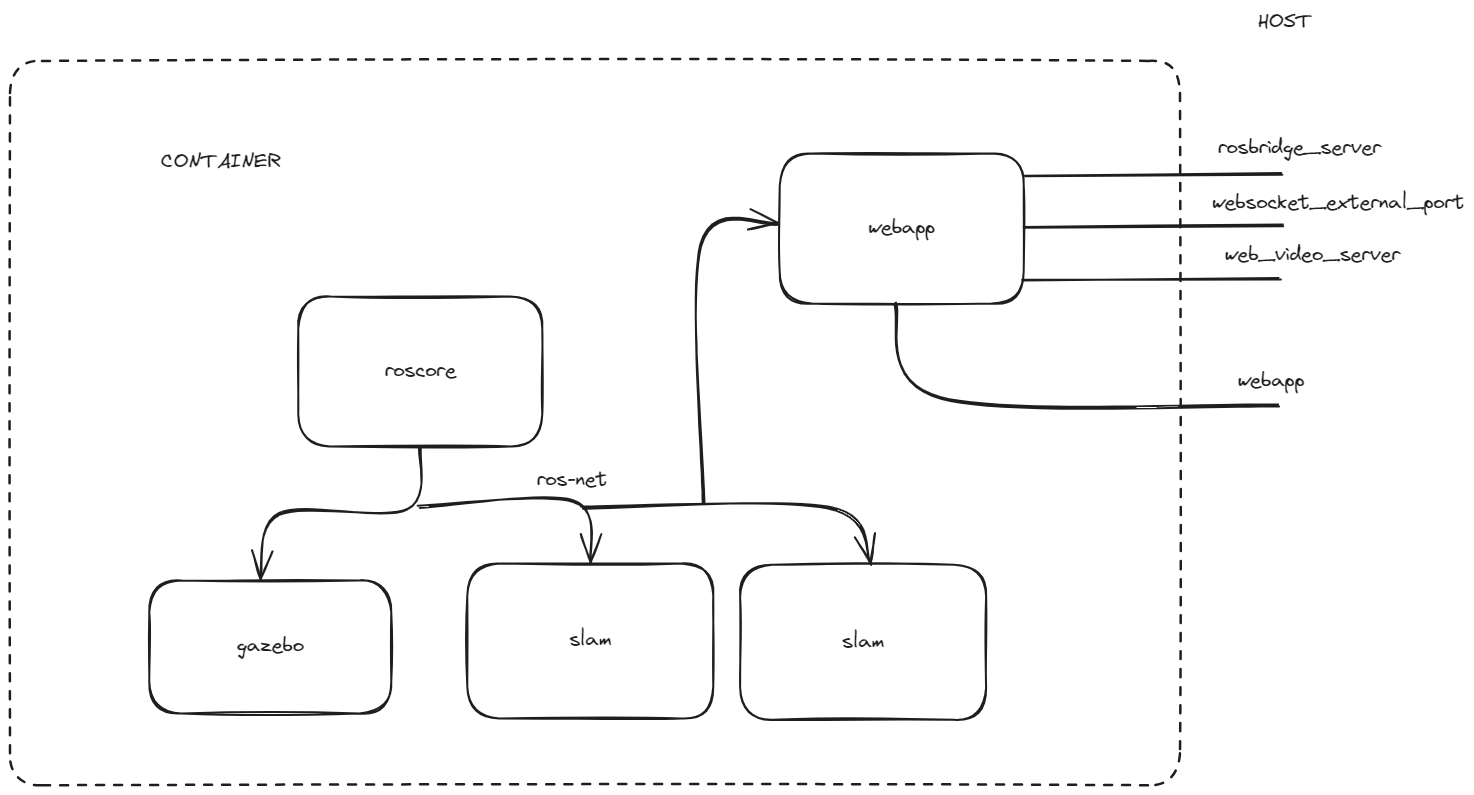
This is ros1-sim.excalidraw.png from Andy-Leo10/tortoisebot_ros1_docker, a Excalidraw export, as it was before one commit. Source tidied: one line per element, renumbered; positions are measured from the earlier drawing's top-left corner, leaving out a move shared by most shapes. Its diagram source:
```json
{"id": 0, "type": "rectangle", "strokeColor": "#1e1e1e", "strokeWidth": 2, "roughness": 1, "round": true, "x": 457, "y": 553, "width": 246, "height": 155}
{"id": 1, "type": "text", "text": "slam", "strokeColor": "#1e1e1e", "strokeWidth": 2, "roughness": 1, "fontSize": 20, "fontFamily": 1, "textAlign": "center", "verticalAlign": "middle", "inside": 0, "x": 560, "y": 618, "width": 41, "height": 25}
{"id": 2, "type": "rectangle", "strokeColor": "#1e1e1e", "strokeWidth": 2, "roughness": 1, "round": true, "x": 730, "y": 555, "width": 246, "height": 155}
{"id": 3, "type": "text", "text": "slam", "strokeColor": "#1e1e1e", "strokeWidth": 2, "roughness": 1, "fontSize": 20, "fontFamily": 1, "textAlign": "center", "verticalAlign": "middle", "inside": 2, "x": 833, "y": 620, "width": 41, "height": 25}
{"id": 4, "type": "rectangle", "strokeColor": "#1e1e1e", "strokeWidth": 2, "roughness": 1, "round": true, "x": 288, "y": 286, "width": 244, "height": 150}
{"id": 5, "type": "text", "text": "roscore", "strokeColor": "#1e1e1e", "strokeWidth": 2, "roughness": 1, "fontSize": 20, "fontFamily": 1, "textAlign": "center", "verticalAlign": "middle", "inside": 4, "x": 378, "y": 349, "width": 65, "height": 25}
{"id": 6, "type": "rectangle", "strokeColor": "#1e1e1e", "strokeWidth": 2, "roughness": 1, "round": true, "x": 770, "y": 144, "width": 244, "height": 150}
{"id": 7, "type": "text", "text": "webapp", "strokeColor": "#1e1e1e", "strokeWidth": 2, "roughness": 1, "fontSize": 20, "fontFamily": 1, "textAlign": "center", "verticalAlign": "middle", "inside": 6, "x": 859, "y": 206, "width": 66, "height": 25}
{"id": 8, "type": "rectangle", "strokeColor": "#1e1e1e", "strokeWidth": 2, "roughness": 1, "round": true, "x": 139, "y": 570, "width": 242, "height": 133}
{"id": 9, "type": "text", "text": "gazebo", "strokeColor": "#1e1e1e", "strokeWidth": 2, "roughness": 1, "fontSize": 20, "fontFamily": 1, "textAlign": "center", "verticalAlign": "middle", "inside": 8, "x": 228, "y": 624, "width": 65, "height": 25}
{"id": 10, "type": "arrow", "strokeColor": "#1e1e1e", "strokeWidth": 2, "roughness": 1, "endArrowhead": "arrow", "round": true, "from": 4, "to": 8, "x": 410, "y": 436, "width": 161, "height": 131, "points": [[0, 0], [-12, 63], [-142, 68], [-161, 131]]}
{"id": 11, "type": "arrow", "strokeColor": "#1e1e1e", "strokeWidth": 2, "roughness": 1, "endArrowhead": "arrow", "round": true, "to": 0, "x": 408, "y": 496, "width": 172, "height": 59, "points": [[0, 0], [154, -5], [172, 54]]}
{"id": 12, "type": "text", "text": "ros-net", "strokeColor": "#1e1e1e", "strokeWidth": 2, "roughness": 1, "fontSize": 20, "fontFamily": 1, "x": 527, "y": 458, "width": 70, "height": 25}
{"id": 13, "type": "rectangle", "strokeColor": "#1e1e1e", "strokeWidth": 2, "strokeStyle": "dashed", "roughness": 1, "round": true, "x": 0, "y": 51, "width": 1170, "height": 724}
{"id": 14, "type": "text", "text": "HOST", "strokeColor": "#1e1e1e", "strokeWidth": 2, "roughness": 1, "fontSize": 20, "fontFamily": 1, "x": 1248, "y": 0, "width": 54, "height": 25}
{"id": 15, "type": "text", "text": "CONTAINER", "strokeColor": "#1e1e1e", "strokeWidth": 2, "roughness": 1, "fontSize": 20, "fontFamily": 1, "x": 151, "y": 140, "width": 120, "height": 25}
{"id": 16, "type": "arrow", "strokeColor": "#1e1e1e", "strokeWidth": 2, "roughness": 1, "endArrowhead": "arrow", "round": true, "from": 12, "to": 2, "x": 572, "y": 497, "width": 289, "height": 57, "points": [[0, 0], [246, 0], [289, 57]]}
{"id": 17, "type": "arrow", "strokeColor": "#1e1e1e", "strokeWidth": 2, "roughness": 1, "endArrowhead": "arrow", "round": true, "to": 6, "x": 694, "y": 491, "width": 77, "height": 277, "points": [[0, 0], [-3, -256], [74, -277]]}
{"id": 18, "type": "line", "strokeColor": "#1e1e1e", "strokeWidth": 2, "roughness": 1, "round": true, "x": 1015, "y": 166, "width": 257, "height": 1, "points": [[0, 0], [257, -1]]}
{"id": 19, "type": "line", "strokeColor": "#1e1e1e", "strokeWidth": 2, "roughness": 1, "round": true, "x": 1015, "y": 217, "width": 257, "height": 1, "points": [[0, 0], [257, -1]]}
{"id": 20, "type": "line", "strokeColor": "#1e1e1e", "strokeWidth": 2, "roughness": 1, "round": true, "x": 1012, "y": 270, "width": 257, "height": 1, "points": [[0, 0], [257, -1]]}
{"id": 21, "type": "line", "strokeColor": "#1e1e1e", "strokeWidth": 2, "roughness": 1, "round": true, "x": 885, "y": 294, "width": 384, "height": 101, "points": [[0, 0], [47, 94], [384, 101]]}
{"id": 22, "type": "text", "text": "webapp", "strokeColor": "#1e1e1e", "strokeWidth": 2, "roughness": 1, "fontSize": 20, "fontFamily": 1, "x": 1228, "y": 359, "width": 66, "height": 25}
{"id": 23, "type": "text", "text": "rosbridge_server", "strokeColor": "#1e1e1e", "strokeWidth": 2, "roughness": 1, "fontSize": 20, "fontFamily": 1, "x": 1208, "y": 126, "width": 163, "height": 25}
{"id": 24, "type": "text", "text": "websocket_external_port", "strokeColor": "#1e1e1e", "strokeWidth": 2, "roughness": 1, "fontSize": 20, "fontFamily": 1, "x": 1202, "y": 181, "width": 252, "height": 25}
{"id": 25, "type": "text", "text": "web_video_server", "strokeColor": "#1e1e1e", "strokeWidth": 2, "roughness": 1, "fontSize": 20, "fontFamily": 1, "x": 1215, "y": 233, "width": 175, "height": 25}
```
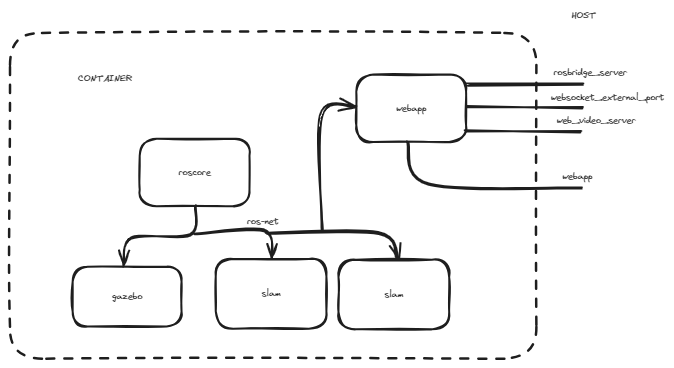
After the commit.

Diff of the diagram source:
```diff
@@ -1,26 +1,26 @@
-{"id": 0, "type": "rectangle", "strokeColor": "#1e1e1e", "strokeWidth": 2, "roughness": 1, "round": true, "x": 457, "y": 553, "width": 246, "height": 155}
-{"id": 1, "type": "text", "text": "slam", "strokeColor": "#1e1e1e", "strokeWidth": 2, "roughness": 1, "fontSize": 20, "fontFamily": 1, "textAlign": "center", "verticalAlign": "middle", "inside": 0, "x": 560, "y": 618, "width": 41, "height": 25}
-{"id": 2, "type": "rectangle", "strokeColor": "#1e1e1e", "strokeWidth": 2, "roughness": 1, "round": true, "x": 730, "y": 555, "width": 246, "height": 155}
-{"id": 3, "type": "text", "text": "slam", "strokeColor": "#1e1e1e", "strokeWidth": 2, "roughness": 1, "fontSize": 20, "fontFamily": 1, "textAlign": "center", "verticalAlign": "middle", "inside": 2, "x": 833, "y": 620, "width": 41, "height": 25}
-{"id": 4, "type": "rectangle", "strokeColor": "#1e1e1e", "strokeWidth": 2, "roughness": 1, "round": true, "x": 288, "y": 286, "width": 244, "height": 150}
+{"id": 26, "type": "rectangle", "strokeColor": "#1e1e1e", "strokeWidth": 2, "roughness": 1, "round": true, "x": 597, "y": 185, "width": 111, "height": 70}
+{"id": 27, "type": "text", "text": "slam", "strokeColor": "#1e1e1e", "strokeWidth": 2, "roughness": 1, "fontSize": 9.0, "fontFamily": 1, "textAlign": "center", "verticalAlign": "middle", "inside": 26, "x": 642, "y": 214, "width": 19, "height": 11}
+{"id": 28, "type": "rectangle", "strokeColor": "#1e1e1e", "strokeWidth": 2, "roughness": 1, "round": true, "x": 719, "y": 185, "width": 111, "height": 70}
+{"id": 29, "type": "text", "text": "slam", "strokeColor": "#1e1e1e", "strokeWidth": 2, "roughness": 1, "fontSize": 9.0, "fontFamily": 1, "textAlign": "center", "verticalAlign": "middle", "inside": 28, "x": 765, "y": 215, "width": 19, "height": 11}
+{"id": 30, "type": "rectangle", "strokeColor": "#1e1e1e", "strokeWidth": 2, "roughness": 1, "round": true, "x": 520, "y": 65, "width": 110, "height": 67}
-{"id": 5, "type": "text", "text": "roscore", "strokeColor": "#1e1e1e", "strokeWidth": 2, "roughness": 1, "fontSize": 20, "fontFamily": 1, "textAlign": "center", "verticalAlign": "middle", "inside": 4, "x": 378, "y": 349, "width": 65, "height": 25}
+{"id": 5, "type": "text", "text": "roscore", "strokeColor": "#1e1e1e", "strokeWidth": 2, "roughness": 1, "fontSize": 9.0, "fontFamily": 1, "textAlign": "center", "verticalAlign": "middle", "inside": 30, "x": 559, "y": 93, "width": 32, "height": 11}
-{"id": 6, "type": "rectangle", "strokeColor": "#1e1e1e", "strokeWidth": 2, "roughness": 1, "round": true, "x": 770, "y": 144, "width": 244, "height": 150}
-{"id": 7, "type": "text", "text": "webapp", "strokeColor": "#1e1e1e", "strokeWidth": 2, "roughness": 1, "fontSize": 20, "fontFamily": 1, "textAlign": "center", "verticalAlign": "middle", "inside": 6, "x": 859, "y": 206, "width": 66, "height": 25}
-{"id": 8, "type": "rectangle", "strokeColor": "#1e1e1e", "strokeWidth": 2, "roughness": 1, "round": true, "x": 139, "y": 570, "width": 242, "height": 133}
+{"id": 31, "type": "rectangle", "strokeColor": "#1e1e1e", "strokeWidth": 2, "roughness": 1, "round": true, "x": 737, "y": 0, "width": 110, "height": 67}
+{"id": 32, "type": "text", "text": "webapp", "strokeColor": "#1e1e1e", "strokeWidth": 2, "roughness": 1, "fontSize": 9.0, "fontFamily": 1, "textAlign": "center", "verticalAlign": "middle", "inside": 31, "x": 777, "y": 28, "width": 30, "height": 11}
+{"id": 33, "type": "rectangle", "strokeColor": "#1e1e1e", "strokeWidth": 2, "roughness": 1, "round": true, "x": 453, "y": 192, "width": 109, "height": 60}
-{"id": 9, "type": "text", "text": "gazebo", "strokeColor": "#1e1e1e", "strokeWidth": 2, "roughness": 1, "fontSize": 20, "fontFamily": 1, "textAlign": "center", "verticalAlign": "middle", "inside": 8, "x": 228, "y": 624, "width": 65, "height": 25}
+{"id": 9, "type": "text", "text": "gazebo", "strokeColor": "#1e1e1e", "strokeWidth": 2, "roughness": 1, "fontSize": 9.0, "fontFamily": 1, "textAlign": "center", "verticalAlign": "middle", "inside": 33, "x": 493, "y": 217, "width": 30, "height": 11}
-{"id": 10, "type": "arrow", "strokeColor": "#1e1e1e", "strokeWidth": 2, "roughness": 1, "endArrowhead": "arrow", "round": true, "from": 4, "to": 8, "x": 410, "y": 436, "width": 161, "height": 131, "points": [[0, 0], [-12, 63], [-142, 68], [-161, 131]]}
-{"id": 11, "type": "arrow", "strokeColor": "#1e1e1e", "strokeWidth": 2, "roughness": 1, "endArrowhead": "arrow", "round": true, "to": 0, "x": 408, "y": 496, "width": 172, "height": 59, "points": [[0, 0], [154, -5], [172, 54]]}
+{"id": 34, "type": "arrow", "strokeColor": "#1e1e1e", "strokeWidth": 2, "roughness": 1, "endArrowhead": "arrow", "round": true, "from": 30, "to": 33, "x": 575, "y": 132, "width": 72, "height": 59, "points": [[0, 0], [-5, 28], [-64, 31], [-72, 59]]}
+{"id": 35, "type": "arrow", "strokeColor": "#1e1e1e", "strokeWidth": 2, "roughness": 1, "endArrowhead": "arrow", "round": true, "to": 26, "x": 574, "y": 159, "width": 77, "height": 27, "points": [[0, 0], [69, -2], [77, 24]]}
-{"id": 12, "type": "text", "text": "ros-net", "strokeColor": "#1e1e1e", "strokeWidth": 2, "roughness": 1, "fontSize": 20, "fontFamily": 1, "x": 527, "y": 458, "width": 70, "height": 25}
+{"id": 12, "type": "text", "text": "ros-net", "strokeColor": "#1e1e1e", "strokeWidth": 2, "roughness": 1, "fontSize": 9.0, "fontFamily": 1, "x": 628, "y": 142, "width": 32, "height": 11}
-{"id": 13, "type": "rectangle", "strokeColor": "#1e1e1e", "strokeWidth": 2, "strokeStyle": "dashed", "roughness": 1, "round": true, "x": 0, "y": 51, "width": 1170, "height": 724}
+{"id": 36, "type": "rectangle", "strokeColor": "#1e1e1e", "strokeWidth": 2, "strokeStyle": "dashed", "roughness": 1, "round": true, "x": 391, "y": -41, "width": 526, "height": 326}
-{"id": 14, "type": "text", "text": "HOST", "strokeColor": "#1e1e1e", "strokeWidth": 2, "roughness": 1, "fontSize": 20, "fontFamily": 1, "x": 1248, "y": 0, "width": 54, "height": 25}
+{"id": 14, "type": "text", "text": "HOST", "strokeColor": "#1e1e1e", "strokeWidth": 2, "roughness": 1, "fontSize": 9.0, "fontFamily": 1, "x": 952, "y": -64, "width": 24, "height": 11}
-{"id": 15, "type": "text", "text": "CONTAINER", "strokeColor": "#1e1e1e", "strokeWidth": 2, "roughness": 1, "fontSize": 20, "fontFamily": 1, "x": 151, "y": 140, "width": 120, "height": 25}
+{"id": 15, "type": "text", "text": "CONTAINER", "strokeColor": "#1e1e1e", "strokeWidth": 2, "roughness": 1, "fontSize": 9.0, "fontFamily": 1, "x": 459, "y": -1, "width": 54, "height": 11}
-{"id": 16, "type": "arrow", "strokeColor": "#1e1e1e", "strokeWidth": 2, "roughness": 1, "endArrowhead": "arrow", "round": true, "from": 12, "to": 2, "x": 572, "y": 497, "width": 289, "height": 57, "points": [[0, 0], [246, 0], [289, 57]]}
-{"id": 17, "type": "arrow", "strokeColor": "#1e1e1e", "strokeWidth": 2, "roughness": 1, "endArrowhead": "arrow", "round": true, "to": 6, "x": 694, "y": 491, "width": 77, "height": 277, "points": [[0, 0], [-3, -256], [74, -277]]}
-{"id": 18, "type": "line", "strokeColor": "#1e1e1e", "strokeWidth": 2, "roughness": 1, "round": true, "x": 1015, "y": 166, "width": 257, "height": 1, "points": [[0, 0], [257, -1]]}
-{"id": 19, "type": "line", "strokeColor": "#1e1e1e", "strokeWidth": 2, "roughness": 1, "round": true, "x": 1015, "y": 217, "width": 257, "height": 1, "points": [[0, 0], [257, -1]]}
-{"id": 20, "type": "line", "strokeColor": "#1e1e1e", "strokeWidth": 2, "roughness": 1, "round": true, "x": 1012, "y": 270, "width": 257, "height": 1, "points": [[0, 0], [257, -1]]}
-{"id": 21, "type": "line", "strokeColor": "#1e1e1e", "strokeWidth": 2, "roughness": 1, "round": true, "x": 885, "y": 294, "width": 384, "height": 101, "points": [[0, 0], [47, 94], [384, 101]]}
-{"id": 22, "type": "text", "text": "webapp", "strokeColor": "#1e1e1e", "strokeWidth": 2, "roughness": 1, "fontSize": 20, "fontFamily": 1, "x": 1228, "y": 359, "width": 66, "height": 25}
+{"id": 37, "type": "arrow", "strokeColor": "#1e1e1e", "strokeWidth": 2, "roughness": 1, "endArrowhead": "arrow", "round": true, "from": 12, "to": 28, "x": 648, "y": 159, "width": 130, "height": 26, "points": [[0, 0], [111, 0], [130, 26]]}
+{"id": 38, "type": "arrow", "strokeColor": "#1e1e1e", "strokeWidth": 2, "roughness": 1, "endArrowhead": "arrow", "round": true, "to": 31, "x": 703, "y": 157, "width": 35, "height": 125, "points": [[0, 0], [-1, -115], [33, -125]]}
+{"id": 39, "type": "line", "strokeColor": "#1e1e1e", "strokeWidth": 2, "roughness": 1, "round": true, "x": 847, "y": 10, "width": 116, "height": 1, "points": [[0, 0], [116, -1]]}
+{"id": 40, "type": "line", "strokeColor": "#1e1e1e", "strokeWidth": 2, "roughness": 1, "round": true, "x": 847, "y": 33, "width": 116, "height": 1, "points": [[0, 0], [116, -1]]}
+{"id": 41, "type": "line", "strokeColor": "#1e1e1e", "strokeWidth": 2, "roughness": 1, "round": true, "x": 846, "y": 57, "width": 116, "height": 1, "points": [[0, 0], [116, -1]]}
+{"id": 42, "type": "line", "strokeColor": "#1e1e1e", "strokeWidth": 2, "roughness": 1, "round": true, "x": 789, "y": 68, "width": 173, "height": 46, "points": [[0, 0], [21, 42], [173, 46]]}
+{"id": 43, "type": "text", "text": "webapp", "strokeColor": "#1e1e1e", "strokeWidth": 2, "roughness": 1, "fontSize": 9.0, "fontFamily": 1, "x": 943, "y": 97, "width": 30, "height": 11}
-{"id": 23, "type": "text", "text": "rosbridge_server", "strokeColor": "#1e1e1e", "strokeWidth": 2, "roughness": 1, "fontSize": 20, "fontFamily": 1, "x": 1208, "y": 126, "width": 163, "height": 25}
+{"id": 23, "type": "text", "text": "rosbridge_server", "strokeColor": "#1e1e1e", "strokeWidth": 2, "roughness": 1, "fontSize": 9.0, "fontFamily": 1, "x": 934, "y": -8, "width": 73, "height": 11}
-{"id": 24, "type": "text", "text": "websocket_external_port", "strokeColor": "#1e1e1e", "strokeWidth": 2, "roughness": 1, "fontSize": 20, "fontFamily": 1, "x": 1202, "y": 181, "width": 252, "height": 25}
+{"id": 24, "type": "text", "text": "websocket_external_port", "strokeColor": "#1e1e1e", "strokeWidth": 2, "roughness": 1, "fontSize": 9.0, "fontFamily": 1, "x": 932, "y": 17, "width": 113, "height": 11}
-{"id": 25, "type": "text", "text": "web_video_server", "strokeColor": "#1e1e1e", "strokeWidth": 2, "roughness": 1, "fontSize": 20, "fontFamily": 1, "x": 1215, "y": 233, "width": 175, "height": 25}
+{"id": 25, "type": "text", "text": "web_video_server", "strokeColor": "#1e1e1e", "strokeWidth": 2, "roughness": 1, "fontSize": 9.0, "fontFamily": 1, "x": 937, "y": 41, "width": 79, "height": 11}
```
